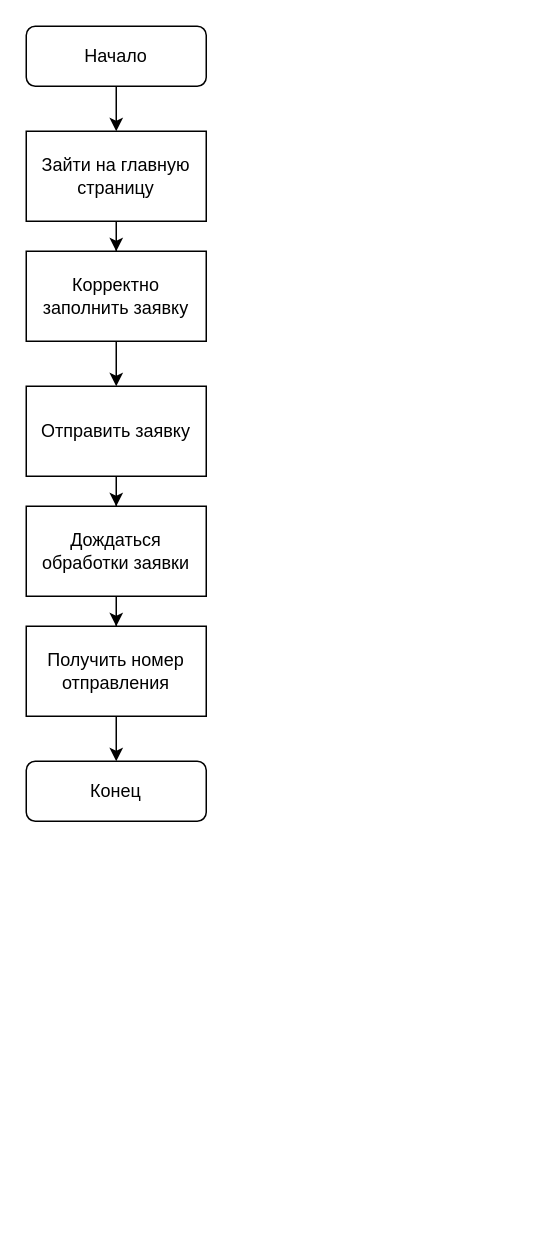
Before: Блок-схема Практика.drawio in shweppes333/B-O-M-J-Praktika, a draw.io diagram. Source tidied: cells renumbered, new cells numbered last; positions are measured from the earlier drawing's top-left corner, leaving out a move shared by most shapes. Both pictures are drawn from the tidied source at 150%, with x=0, y=0 at pixel (26, 26).
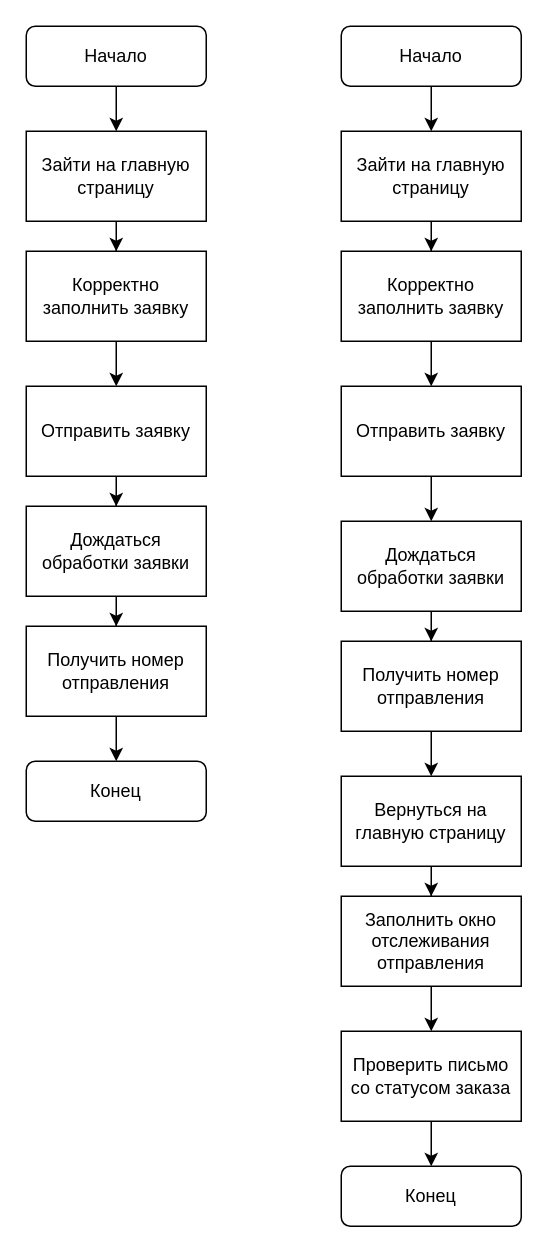
The same page after the edit.

Diff of the diagram source:
```diff
@@
+    <mxCell id="15" style="edgeStyle=orthogonalEdgeStyle;rounded=0;jettySize=auto;html=1;" parent="1" edge="1" source="16" target="19">
+      <mxGeometry relative="1" as="geometry" />
+    </mxCell>
+    <mxCell id="16" value="Начало" style="rounded=1;whiteSpace=wrap;html=1;" parent="1" vertex="1">
+      <mxGeometry x="210" width="120" height="40" as="geometry" />
+    </mxCell>
+    <mxCell id="17" value="Конец" style="rounded=1;whiteSpace=wrap;html=1;" parent="1" vertex="1">
+      <mxGeometry x="210" y="760" width="120" height="40" as="geometry" />
+    </mxCell>
+    <mxCell id="18" style="edgeStyle=orthogonalEdgeStyle;rounded=0;jettySize=auto;html=1;" parent="1" edge="1" source="19" target="21">
+      <mxGeometry relative="1" as="geometry" />
+    </mxCell>
+    <mxCell id="19" value="Зайти на главную страницу" style="rounded=0;whiteSpace=wrap;html=1;" parent="1" vertex="1">
+      <mxGeometry x="210" y="70" width="120" height="60" as="geometry" />
+    </mxCell>
+    <mxCell id="20" style="edgeStyle=orthogonalEdgeStyle;rounded=0;jettySize=auto;html=1;" parent="1" edge="1" source="21" target="23">
+      <mxGeometry relative="1" as="geometry" />
+    </mxCell>
+    <mxCell id="21" value="Корректно заполнить заявку" style="rounded=0;whiteSpace=wrap;html=1;" parent="1" vertex="1">
+      <mxGeometry x="210" y="150" width="120" height="60" as="geometry" />
+    </mxCell>
+    <mxCell id="22" style="edgeStyle=orthogonalEdgeStyle;rounded=0;jettySize=auto;html=1;" parent="1" edge="1" source="23" target="25">
+      <mxGeometry relative="1" as="geometry" />
+    </mxCell>
+    <mxCell id="23" value="Отправить заявку" style="rounded=0;whiteSpace=wrap;html=1;" parent="1" vertex="1">
+      <mxGeometry x="210" y="240" width="120" height="60" as="geometry" />
+    </mxCell>
+    <mxCell id="24" style="edgeStyle=orthogonalEdgeStyle;rounded=0;jettySize=auto;html=1;" parent="1" edge="1" source="25" target="27">
+      <mxGeometry relative="1" as="geometry" />
+    </mxCell>
+    <mxCell id="25" value="Дождаться обработки заявки" style="rounded=0;whiteSpace=wrap;html=1;" parent="1" vertex="1">
+      <mxGeometry x="210" y="330" width="120" height="60" as="geometry" />
+    </mxCell>
+    <mxCell id="26" style="edgeStyle=orthogonalEdgeStyle;rounded=0;jettySize=auto;html=1;" parent="1" edge="1" source="27" target="29">
+      <mxGeometry relative="1" as="geometry" />
+    </mxCell>
+    <mxCell id="27" value="Получить номер отправления" style="rounded=0;whiteSpace=wrap;html=1;" parent="1" vertex="1">
+      <mxGeometry x="210" y="410" width="120" height="60" as="geometry" />
+    </mxCell>
+    <mxCell id="28" style="edgeStyle=orthogonalEdgeStyle;rounded=0;jettySize=auto;html=1;" parent="1" edge="1" source="29" target="31">
+      <mxGeometry relative="1" as="geometry" />
+    </mxCell>
+    <mxCell id="29" value="Вернуться на главную страницу" style="rounded=0;whiteSpace=wrap;html=1;" parent="1" vertex="1">
+      <mxGeometry x="210" y="500" width="120" height="60" as="geometry" />
+    </mxCell>
+    <mxCell id="30" style="edgeStyle=orthogonalEdgeStyle;rounded=0;jettySize=auto;html=1;" parent="1" edge="1" source="31" target="33">
+      <mxGeometry relative="1" as="geometry" />
+    </mxCell>
+    <mxCell id="31" value="Заполнить окно отслеживания отправления" style="rounded=0;whiteSpace=wrap;html=1;" parent="1" vertex="1">
+      <mxGeometry x="210" y="580" width="120" height="60" as="geometry" />
+    </mxCell>
+    <mxCell id="32" style="edgeStyle=orthogonalEdgeStyle;rounded=0;jettySize=auto;html=1;entryX=0.5;entryY=0;entryDx=0;entryDy=0;" parent="1" edge="1" source="33" target="17">
+      <mxGeometry relative="1" as="geometry" />
+    </mxCell>
+    <mxCell id="33" value="Проверить письмо со статусом заказа" style="rounded=0;whiteSpace=wrap;html=1;" parent="1" vertex="1">
+      <mxGeometry x="210" y="670" width="120" height="60" as="geometry" />
+    </mxCell>
```
